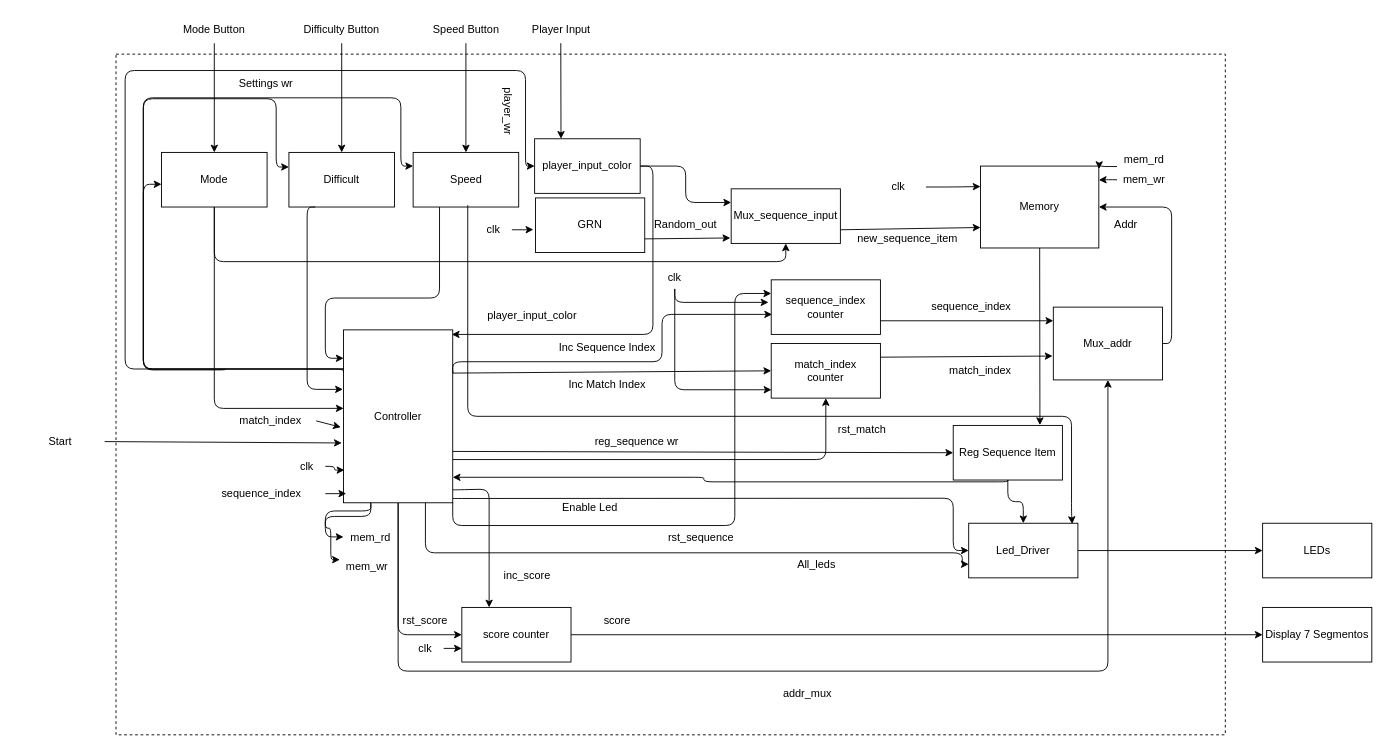
Before: doc/microArchiteture.drawio in S4nt1ag0/Genius-PBL, a draw.io diagram. Source tidied: cells renumbered, new cells numbered last; positions are measured from the earlier drawing's top-left corner, leaving out a move shared by most shapes. Both pictures are drawn from the tidied source at 91%, with x=0, y=0 at pixel (15, 15).
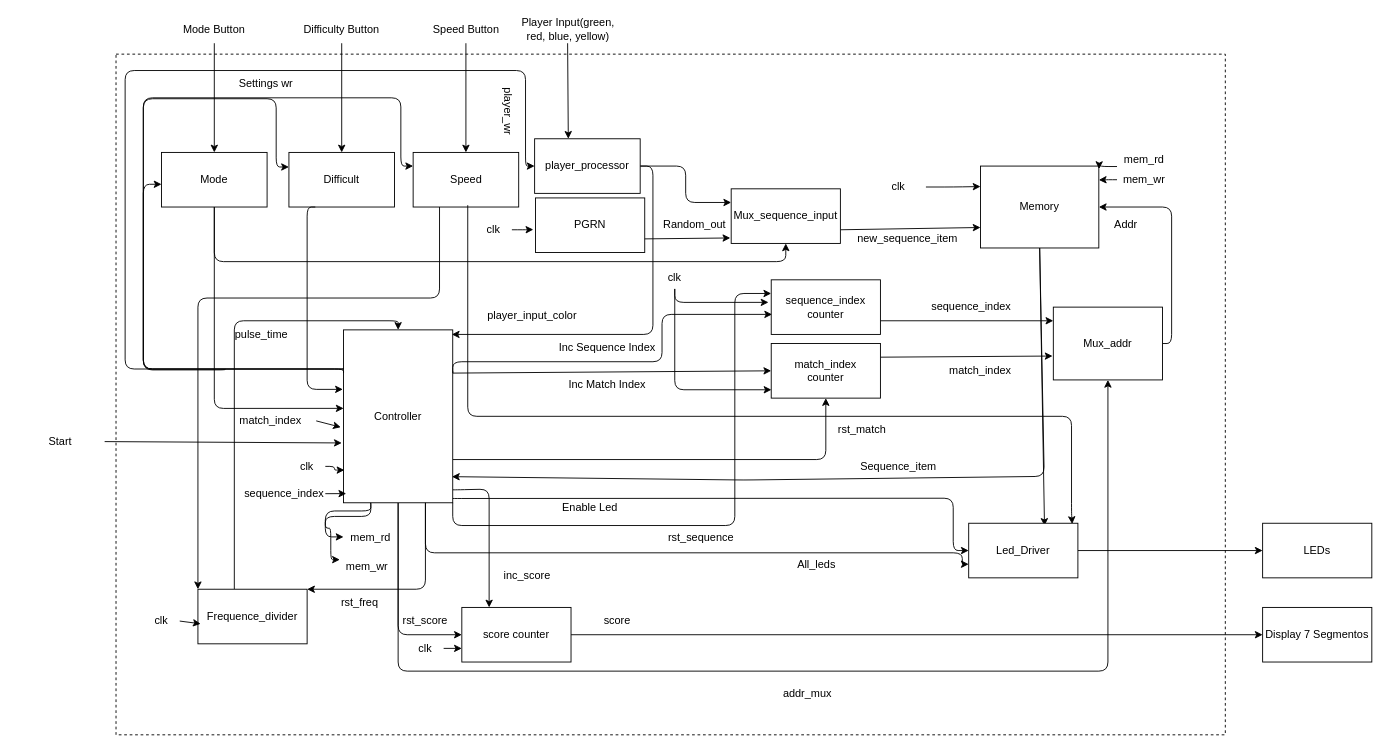
The same page after the edit.

The change refers to these unchanged cells:
```xml
<mxCell id="2" style="whiteSpace=wrap;html=1;dashed=1;" parent="1" vertex="1">
  <mxGeometry x="110" y="42" width="1219" height="748" as="geometry" />
</mxCell>
<mxCell id="14" value="Controller" style="whiteSpace=wrap;html=1;" parent="1" vertex="1">
  <mxGeometry x="360" y="345" width="120" height="190" as="geometry" />
</mxCell>
<mxCell id="16" value="Memory" style="whiteSpace=wrap;html=1;" parent="1" vertex="1">
  <mxGeometry x="1060" y="165" width="130" height="90" as="geometry" />
</mxCell>
<mxCell id="31" value="Led_Driver" style="whiteSpace=wrap;html=1;" parent="1" vertex="1">
  <mxGeometry x="1047" y="557.5" width="120" height="60" as="geometry" />
</mxCell>
<mxCell id="59" value="&lt;span style=&quot;color: rgb(0, 0, 0);&quot;&gt;Speed&lt;/span&gt;" style="whiteSpace=wrap;html=1;" parent="1" vertex="1">
  <mxGeometry x="436.5" y="150" width="116" height="60" as="geometry" />
</mxCell>
```

The edit, as a diff of the source:
```diff
@@
-    <mxCell id="3" value="GRN" style="whiteSpace=wrap;html=1;" parent="1" vertex="1">
+    <mxCell id="3" value="PGRN" style="whiteSpace=wrap;html=1;" parent="1" vertex="1">
       <mxGeometry x="571" y="200" width="120" height="60" as="geometry" />
     </mxCell>
@@
-    <mxCell id="8" style="edgeStyle=none;html=1;exitX=0.99;exitY=0.703;exitDx=0;exitDy=0;entryX=0;entryY=0.5;entryDx=0;entryDy=0;exitPerimeter=0;" parent="1" edge="1" source="14" target="50">
-      <mxGeometry relative="1" as="geometry" />
-    </mxCell>
@@
+    <mxCell id="102" style="edgeStyle=orthogonalEdgeStyle;html=1;exitX=0.75;exitY=1;exitDx=0;exitDy=0;entryX=1;entryY=0;entryDx=0;entryDy=0;" parent="1" edge="1" source="14" target="106">
+      <mxGeometry relative="1" as="geometry">
+        <Array as="points">
+          <mxPoint x="450" y="630" />
+        </Array>
+      </mxGeometry>
+    </mxCell>
@@
-    <mxCell id="15" style="edgeStyle=none;html=1;exitX=0.5;exitY=1;exitDx=0;exitDy=0;entryX=0.794;entryY=-0.006;entryDx=0;entryDy=0;entryPerimeter=0;" parent="1" edge="1" source="16" target="50">
+    <mxCell id="15" style="edgeStyle=none;html=1;exitX=0.5;exitY=1;exitDx=0;exitDy=0;entryX=0.837;entryY=0.693;entryDx=0;entryDy=0;entryPerimeter=0;" parent="1" edge="1" source="16" target="2">
       <mxGeometry relative="1" as="geometry" />
     </mxCell>
+    <mxCell id="103" style="edgeStyle=none;html=1;exitX=0.5;exitY=1;exitDx=0;exitDy=0;entryX=0.993;entryY=0.849;entryDx=0;entryDy=0;entryPerimeter=0;" parent="1" edge="1" source="16" target="14">
+      <mxGeometry relative="1" as="geometry">
+        <Array as="points">
+          <mxPoint x="1130" y="506" />
+          <mxPoint x="800" y="510" />
+        </Array>
+      </mxGeometry>
+    </mxCell>
@@
-    <mxCell id="24" style="edgeStyle=none;html=1;exitX=0.5;exitY=1;exitDx=0;exitDy=0;entryX=0.25;entryY=0;entryDx=0;entryDy=0;" parent="1" edge="1" source="25" target="48">
+    <mxCell id="24" style="edgeStyle=none;html=1;exitX=0.5;exitY=1;exitDx=0;exitDy=0;entryX=0.319;entryY=0;entryDx=0;entryDy=0;entryPerimeter=0;" parent="1" edge="1" source="25" target="48">
       <mxGeometry relative="1" as="geometry" />
     </mxCell>
-    <mxCell id="25" value="Player Input" style="text;strokeColor=none;align=center;fillColor=none;html=1;verticalAlign=middle;whiteSpace=wrap;rounded=0;" parent="1" vertex="1">
-      <mxGeometry x="552.5" width="92.5" height="30" as="geometry" />
+    <mxCell id="25" value="Player Input(green, red, blue, yellow)" style="text;strokeColor=none;align=center;fillColor=none;html=1;verticalAlign=middle;whiteSpace=wrap;rounded=0;" parent="1" vertex="1">
+      <mxGeometry x="552.5" width="107.5" height="30" as="geometry" />
     </mxCell>
     <mxCell id="26" value="Random_out" style="text;strokeColor=none;align=center;fillColor=none;html=1;verticalAlign=middle;whiteSpace=wrap;rounded=0;" parent="1" vertex="1">
-      <mxGeometry x="696" y="215" width="80" height="30" as="geometry" />
+      <mxGeometry x="706" y="215" width="80" height="30" as="geometry" />
     </mxCell>
@@
-    <mxCell id="48" value="&lt;span style=&quot;color: rgb(0, 0, 0);&quot;&gt;player_input_color&lt;/span&gt;" style="whiteSpace=wrap;html=1;" parent="1" vertex="1">
+    <mxCell id="48" value="&lt;span style=&quot;color: rgb(0, 0, 0);&quot;&gt;player_processor&lt;/span&gt;" style="whiteSpace=wrap;html=1;" parent="1" vertex="1">
       <mxGeometry x="570" y="135" width="116" height="60" as="geometry" />
     </mxCell>
-    <mxCell id="49" style="edgeStyle=orthogonalEdgeStyle;html=1;exitX=0.5;exitY=1;exitDx=0;exitDy=0;" parent="1" edge="1" source="50" target="31">
-      <mxGeometry relative="1" as="geometry" />
-    </mxCell>
-    <mxCell id="50" value="&lt;span style=&quot;color: rgb(0, 0, 0);&quot;&gt;Reg Sequence Item&lt;/span&gt;" style="whiteSpace=wrap;html=1;" parent="1" vertex="1">
-      <mxGeometry x="1030" y="450" width="120" height="60" as="geometry" />
-    </mxCell>
@@
-    <mxCell id="56" value="reg_sequence wr" style="text;strokeColor=none;align=center;fillColor=none;html=1;verticalAlign=middle;whiteSpace=wrap;rounded=0;" parent="1" vertex="1">
-      <mxGeometry x="630" y="452.5" width="105" height="30" as="geometry" />
-    </mxCell>
@@
-    <mxCell id="69" style="edgeStyle=orthogonalEdgeStyle;html=1;exitX=0.25;exitY=1;exitDx=0;exitDy=0;entryX=0.001;entryY=0.164;entryDx=0;entryDy=0;entryPerimeter=0;" parent="1" edge="1" source="59" target="14">
+    <mxCell id="69" style="edgeStyle=orthogonalEdgeStyle;html=1;exitX=0.25;exitY=1;exitDx=0;exitDy=0;entryX=0;entryY=0;entryDx=0;entryDy=0;" parent="1" edge="1" source="59" target="106">
       <mxGeometry relative="1" as="geometry">
         <Array as="points">
           <mxPoint x="466" y="310" />
-          <mxPoint x="340" y="310" />
-          <mxPoint x="340" y="376" />
+          <mxPoint x="200" y="310" />
         </Array>
       </mxGeometry>
     </mxCell>
@@
-    <mxCell id="72" style="edgeStyle=orthogonalEdgeStyle;html=1;" parent="1" edge="1">
-      <mxGeometry relative="1" as="geometry">
-        <mxPoint x="1090" y="510" as="sourcePoint" />
-        <mxPoint x="480" y="507" as="targetPoint" />
-        <Array as="points">
-          <mxPoint x="1090" y="512" />
-          <mxPoint x="756" y="512" />
-          <mxPoint x="756" y="507" />
-          <mxPoint x="480" y="507" />
-        </Array>
-      </mxGeometry>
-    </mxCell>
@@
     <mxCell id="87" value="sequence_index" style="text;strokeColor=none;align=center;fillColor=none;html=1;verticalAlign=middle;whiteSpace=wrap;rounded=0;rotation=0;" parent="1" vertex="1">
-      <mxGeometry x="200" y="510" width="140" height="30" as="geometry" />
+      <mxGeometry x="250" y="510" width="90" height="30" as="geometry" />
     </mxCell>
@@
+    <mxCell id="104" value="Sequence_item" style="text;strokeColor=none;align=center;fillColor=none;html=1;verticalAlign=middle;whiteSpace=wrap;rounded=0;" parent="1" vertex="1">
+      <mxGeometry x="940" y="480" width="60" height="30" as="geometry" />
+    </mxCell>
+    <mxCell id="105" style="edgeStyle=orthogonalEdgeStyle;html=1;entryX=0.5;entryY=0;entryDx=0;entryDy=0;" parent="1" edge="1" source="106" target="14">
+      <mxGeometry relative="1" as="geometry">
+        <Array as="points">
+          <mxPoint x="240" y="335" />
+          <mxPoint x="420" y="335" />
+        </Array>
+      </mxGeometry>
+    </mxCell>
+    <mxCell id="106" value="Frequence_divider" style="whiteSpace=wrap;html=1;" parent="1" vertex="1">
+      <mxGeometry x="200" y="630" width="120" height="60" as="geometry" />
+    </mxCell>
+    <mxCell id="107" value="clk" style="text;strokeColor=none;align=center;fillColor=none;html=1;verticalAlign=middle;whiteSpace=wrap;rounded=0;" parent="1" vertex="1">
+      <mxGeometry x="140" y="650" width="40" height="30" as="geometry" />
+    </mxCell>
+    <mxCell id="108" style="edgeStyle=none;html=1;exitX=1;exitY=0.5;exitDx=0;exitDy=0;entryX=0.025;entryY=0.633;entryDx=0;entryDy=0;entryPerimeter=0;" parent="1" edge="1" source="107" target="106">
+      <mxGeometry relative="1" as="geometry" />
+    </mxCell>
+    <mxCell id="109" value="rst_freq" style="text;strokeColor=none;align=center;fillColor=none;html=1;verticalAlign=middle;whiteSpace=wrap;rounded=0;" parent="1" vertex="1">
+      <mxGeometry x="348" y="630" width="60" height="30" as="geometry" />
+    </mxCell>
+    <mxCell id="110" value="pulse_time" style="text;strokeColor=none;align=center;fillColor=none;html=1;verticalAlign=middle;whiteSpace=wrap;rounded=0;" parent="1" vertex="1">
+      <mxGeometry x="240" y="335" width="60" height="30" as="geometry" />
+    </mxCell>
```
